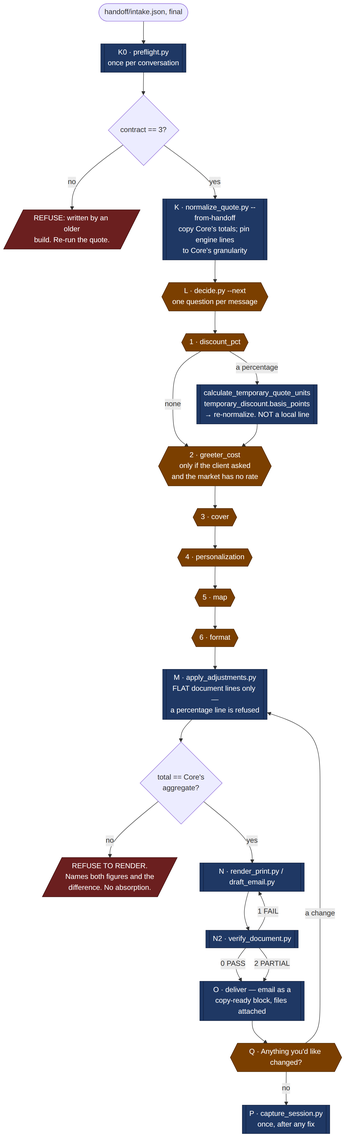
The Mermaid diagram docs/diagrams/document-flow.png in abhargava6/Savoya-Plugin, before a commit. Its source is kept beside it as docs/diagrams/document-flow.mmd.
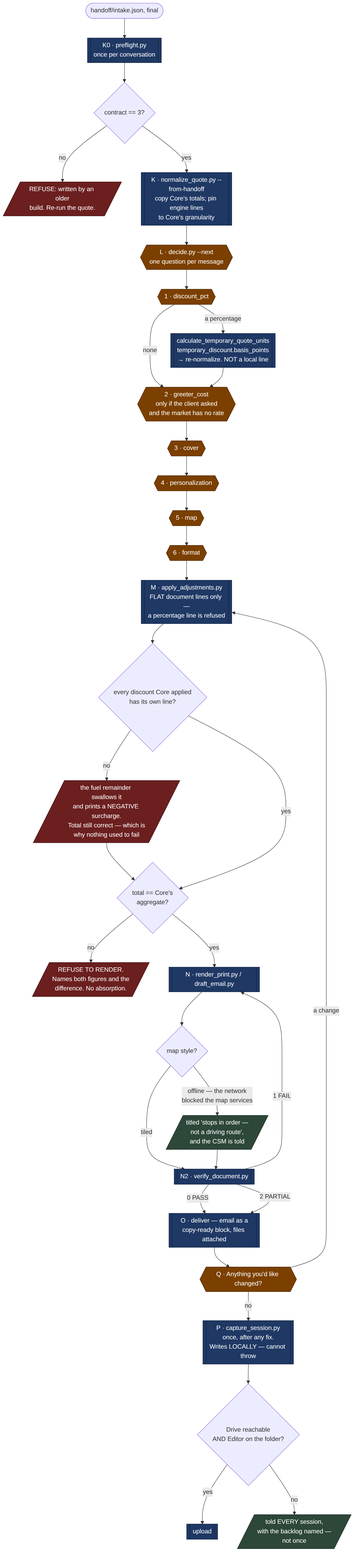
Above is the later version.

Commit message:
Sync the document-flow diagram with 0.23.2–0.23.6

Diff of the diagram source:
```diff
@@ -19,13 +19,22 @@
     Q5{{"5 · map"}} --> Q6
     Q6{{"6 · format"}} --> M
 
-    M[["M · apply_adjustments.py<br/>FLAT document lines only —<br/>a percentage line is refused"]] --> C4
+    M[["M · apply_adjustments.py<br/>FLAT document lines only —<br/>a percentage line is refused"]] --> LINES
+
+    LINES{"every discount Core applied<br/>has its own line?"}
+    LINES -->|no| MISATTR[/"the fuel remainder swallows it<br/>and prints a NEGATIVE surcharge.<br/>Total still correct — which is<br/>why nothing used to fail"/]
+    MISATTR --> C4
+    LINES -->|yes| C4
 
     C4{"total == Core's<br/>aggregate?"}
     C4 -->|no| FAIL[/"REFUSE TO RENDER.<br/>Names both figures and the<br/>difference. No absorption."/]
     C4 -->|yes| N
 
-    N[["N · render_print.py / draft_email.py"]] --> N2
+    N[["N · render_print.py / draft_email.py"]] --> MAPQ
+    MAPQ{"map style?"}
+    MAPQ -->|tiled| N2
+    MAPQ -->|"offline — the network<br/>blocked the map services"| SCHEM[/"titled 'stops in order —<br/>not a driving route',<br/>and the CSM is told"/]
+    SCHEM --> N2
     N2[["N2 · verify_document.py"]]
     N2 -->|0 PASS| O
     N2 -->|1 FAIL| N
@@ -33,11 +42,16 @@
     O[["O · deliver — email as a<br/>copy-ready block, files attached"]] --> Q
     Q{{"Q · Anything you'd like changed?"}}
     Q -->|a change| M
-    Q -->|no| P[["P · capture_session.py<br/>once, after any fix"]]
+    Q -->|no| P[["P · capture_session.py<br/>once, after any fix.<br/>Writes LOCALLY — cannot throw"]]
+    P --> UP{"Drive reachable<br/>AND Editor on the folder?"}
+    UP -->|yes| DRIVE[["upload"]]
+    UP -->|no| NUDGE[/"told EVERY session,<br/>with the backlog named —<br/>not once"/]
 
     classDef toolcall fill:#1f3864,stroke:#0f1e3d,color:#fff
     classDef question fill:#7b3f00,stroke:#4a2600,color:#fff
     classDef halt fill:#6b1f1f,stroke:#3d0f0f,color:#fff
-    class K0,K,M,N,N2,O,P,REQ toolcall
+    classDef aside fill:#2d4739,stroke:#1b2b22,color:#fff
+    class K0,K,M,N,N2,O,P,REQ,DRIVE toolcall
     class L,Q1,Q2,Q3,Q4,Q5,Q6,Q question
-    class REJECT,FAIL halt
+    class REJECT,FAIL,MISATTR halt
+    class SCHEM,NUDGE aside
```
